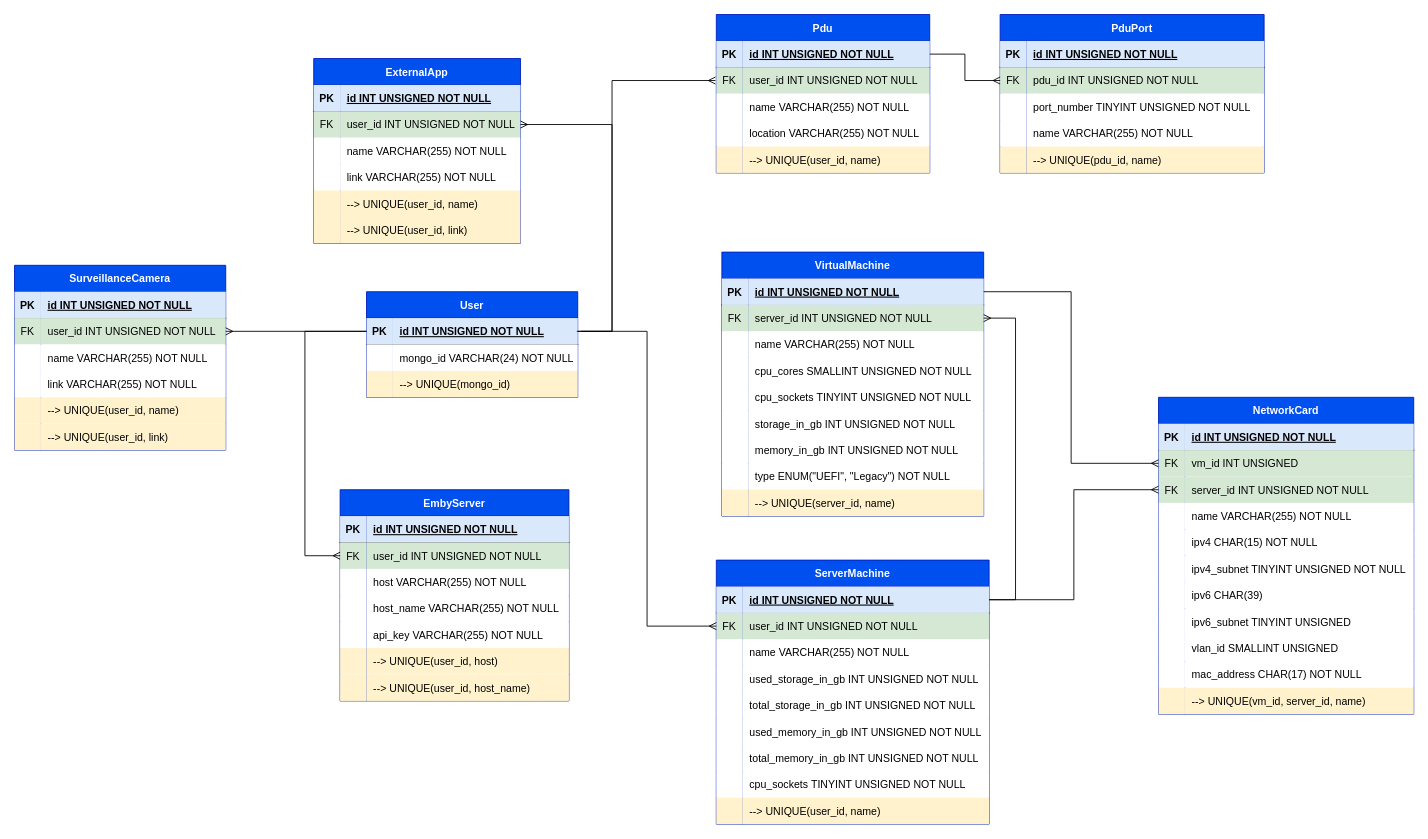
Above: entity-relationship-diagram/Database ERD.drawio in jahnueldorelus/dashboard-db (draw.io), before the change. Source tidied: cells renumbered, new cells numbered last; positions are measured from the earlier drawing's top-left corner, leaving out a move shared by most shapes. Both pictures are drawn from the tidied source at 88%, with x=0, y=0 at pixel (14, 14).
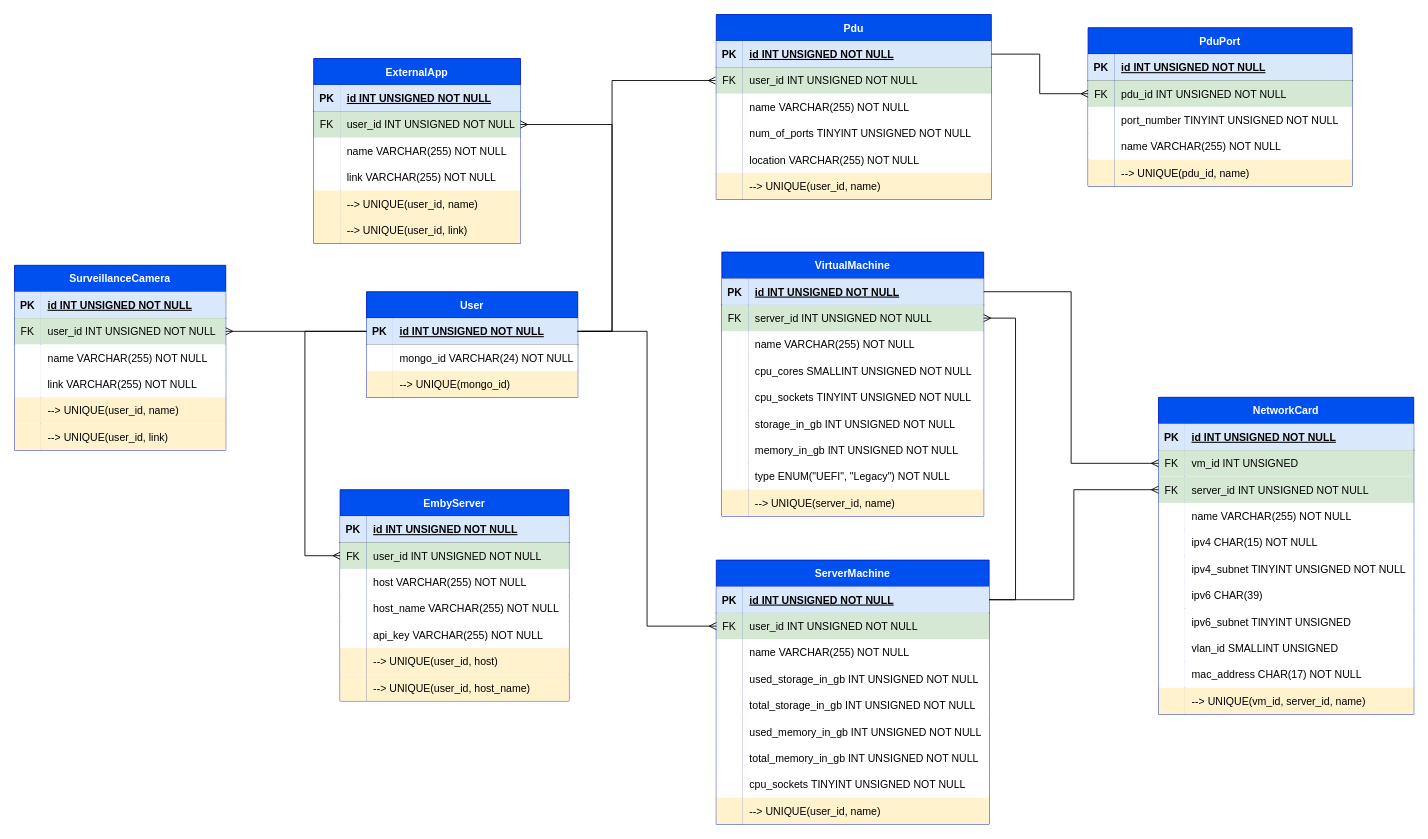
The same diagram, later.

What changed in the source:
```diff
@@
     <mxCell id="169" value="Pdu" style="shape=table;startSize=30;childLayout=tableLayout;rowLines=0;fontStyle=1;align=center;fillColor=#0050ef;fontColor=#ffffff;strokeColor=#001DBC;" parent="1" vertex="1">
-      <mxGeometry x="797.5" width="242.5" height="180" as="geometry" />
+      <mxGeometry x="797.5" width="312.5" height="210" as="geometry" />
     </mxCell>
     <mxCell id="170" style="shape=partialRectangle;fillColor=none;points=[[0,0.5],[1,0.5]];portConstraint=eastwest;top=0;left=0;right=0;bottom=1;" parent="169" vertex="1">
-      <mxGeometry y="30" width="242.5" height="30" as="geometry" />
+      <mxGeometry y="30" width="312.5" height="30" as="geometry" />
     </mxCell>
@@
     <mxCell id="172" value="id INT UNSIGNED NOT NULL" style="shape=partialRectangle;overflow=hidden;fillColor=#dae8fc;top=0;left=0;bottom=0;right=0;align=left;spacingLeft=6;fontStyle=5;strokeColor=#6c8ebf;" parent="170" vertex="1">
-      <mxGeometry x="30" width="212.5" height="30" as="geometry" />
+      <mxGeometry x="30" width="282.5" height="30" as="geometry" />
     </mxCell>
     <mxCell id="173" style="shape=tableRow;horizontal=0;startSize=0;swimlaneHead=0;swimlaneBody=0;fillColor=none;top=0;left=0;right=0;bottom=0;" parent="169" vertex="1">
-      <mxGeometry y="60" width="242.5" height="30" as="geometry" />
+      <mxGeometry y="60" width="312.5" height="30" as="geometry" />
     </mxCell>
@@
     <mxCell id="175" value="user_id INT UNSIGNED NOT NULL" style="shape=partialRectangle;fillColor=#d5e8d4;top=0;left=0;bottom=0;right=0;align=left;spacingLeft=6;overflow=hidden;strokeColor=#82b366;" parent="173" vertex="1">
-      <mxGeometry x="30" width="212.5" height="30" as="geometry" />
+      <mxGeometry x="30" width="282.5" height="30" as="geometry" />
     </mxCell>
     <mxCell id="176" style="shape=tableRow;horizontal=0;startSize=0;swimlaneHead=0;swimlaneBody=0;top=0;left=0;right=0;bottom=0;fillColor=none;" parent="169" vertex="1">
-      <mxGeometry y="90" width="242.5" height="30" as="geometry" />
+      <mxGeometry y="90" width="312.5" height="30" as="geometry" />
     </mxCell>
@@
     <mxCell id="178" value="name VARCHAR(255) NOT NULL" style="shape=partialRectangle;top=0;left=0;bottom=0;right=0;align=left;spacingLeft=6;overflow=hidden;" parent="176" vertex="1">
-      <mxGeometry x="30" width="212.5" height="30" as="geometry" />
+      <mxGeometry x="30" width="282.5" height="30" as="geometry" />
     </mxCell>
+    <mxCell id="203" style="shape=tableRow;horizontal=0;startSize=0;swimlaneHead=0;swimlaneBody=0;fillColor=none;top=0;left=0;right=0;bottom=0;" parent="169" vertex="1">
+      <mxGeometry y="120" width="312.5" height="30" as="geometry" />
+    </mxCell>
+    <mxCell id="204" style="shape=partialRectangle;top=0;left=0;bottom=0;right=0;overflow=hidden;" parent="203" vertex="1">
+      <mxGeometry width="30" height="30" as="geometry" />
+    </mxCell>
+    <mxCell id="205" value="num_of_ports TINYINT UNSIGNED NOT NULL" style="shape=partialRectangle;top=0;left=0;bottom=0;right=0;align=left;spacingLeft=6;overflow=hidden;" parent="203" vertex="1">
+      <mxGeometry x="30" width="282.5" height="30" as="geometry" />
+    </mxCell>
     <mxCell id="179" style="shape=tableRow;horizontal=0;startSize=0;swimlaneHead=0;swimlaneBody=0;fillColor=none;top=0;left=0;right=0;bottom=0;" parent="169" vertex="1">
-      <mxGeometry y="120" width="242.5" height="30" as="geometry" />
+      <mxGeometry y="150" width="312.5" height="30" as="geometry" />
     </mxCell>
@@
     <mxCell id="181" value="location VARCHAR(255) NOT NULL" style="shape=partialRectangle;top=0;left=0;bottom=0;right=0;align=left;spacingLeft=6;overflow=hidden;" parent="179" vertex="1">
-      <mxGeometry x="30" width="212.5" height="30" as="geometry" />
+      <mxGeometry x="30" width="282.5" height="30" as="geometry" />
     </mxCell>
     <mxCell id="182" style="shape=tableRow;horizontal=0;startSize=0;swimlaneHead=0;swimlaneBody=0;fillColor=none;top=0;left=0;right=0;bottom=0;" parent="169" vertex="1">
-      <mxGeometry y="150" width="242.5" height="30" as="geometry" />
+      <mxGeometry y="180" width="312.5" height="30" as="geometry" />
     </mxCell>
@@
     <mxCell id="184" value="--&gt; UNIQUE(user_id, name)" style="shape=partialRectangle;fillColor=#fff2cc;top=0;left=0;bottom=0;right=0;align=left;spacingLeft=6;overflow=hidden;strokeColor=#d6b656;" parent="182" vertex="1">
-      <mxGeometry x="30" width="212.5" height="30" as="geometry" />
+      <mxGeometry x="30" width="282.5" height="30" as="geometry" />
     </mxCell>
@@
     <mxCell id="186" value="PduPort" style="shape=table;startSize=30;childLayout=tableLayout;rowLines=0;fontStyle=1;align=center;fillColor=#0050ef;fontColor=#ffffff;strokeColor=#001DBC;" parent="1" vertex="1">
-      <mxGeometry x="1120" width="300" height="180" as="geometry" />
+      <mxGeometry x="1220" y="15" width="300" height="180" as="geometry" />
     </mxCell>
```
